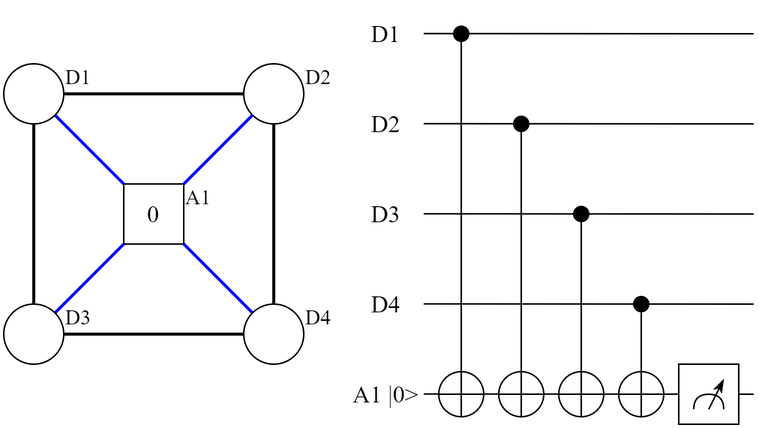
Before: pictures/surface_code/surface_code_x_stabilizer_example.drawio.png, a diagram exported from draw.io (Mitch36/QuantumSim-QEC). Source tidied: cells renumbered, new cells last; positions are measured from the earlier drawing's top-left corner, leaving out a move shared by most shapes.
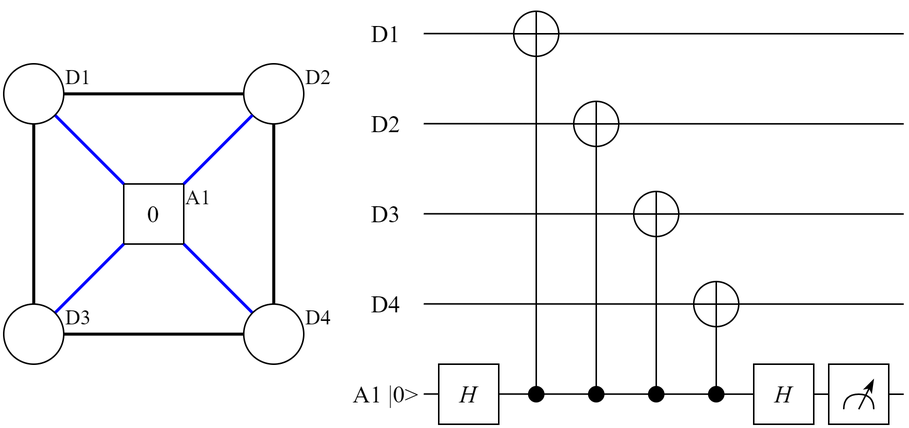
Above is the later version.

Diff of the diagram source:
```diff
@@ -5,7 +5,7 @@
     <mxCell id="2" style="endArrow=none;html=1;rounded=0;strokeColor=#000000;strokeWidth=1;fontFamily=Times New Roman;fontSize=16;" parent="1" edge="1">
       <mxGeometry relative="1" as="geometry">
         <mxPoint x="280" y="19.9" as="sourcePoint" />
-        <mxPoint x="500" y="20" as="targetPoint" />
+        <mxPoint x="600" y="20" as="targetPoint" />
       </mxGeometry>
     </mxCell>
     <mxCell id="3" value="D1" style="text;html=1;strokeColor=none;fillColor=none;align=center;verticalAlign=middle;whiteSpace=wrap;rounded=0;fontFamily=Times New Roman;fontSize=16;" parent="1" vertex="1">
@@ -14,7 +14,7 @@
     <mxCell id="4" style="endArrow=none;html=1;rounded=0;strokeColor=#000000;strokeWidth=1;fontFamily=Times New Roman;fontSize=16;" parent="1" edge="1">
       <mxGeometry relative="1" as="geometry">
         <mxPoint x="280" y="79.9" as="sourcePoint" />
-        <mxPoint x="500" y="80" as="targetPoint" />
+        <mxPoint x="600" y="80" as="targetPoint" />
       </mxGeometry>
     </mxCell>
     <mxCell id="5" value="D2" style="text;html=1;strokeColor=none;fillColor=none;align=center;verticalAlign=middle;whiteSpace=wrap;rounded=0;fontFamily=Times New Roman;fontSize=16;" parent="1" vertex="1">
@@ -23,7 +23,7 @@
     <mxCell id="6" style="endArrow=none;html=1;rounded=0;strokeColor=#000000;strokeWidth=1;fontFamily=Times New Roman;fontSize=16;" parent="1" edge="1">
       <mxGeometry relative="1" as="geometry">
         <mxPoint x="280" y="139.9" as="sourcePoint" />
-        <mxPoint x="500" y="140" as="targetPoint" />
+        <mxPoint x="600" y="140" as="targetPoint" />
       </mxGeometry>
     </mxCell>
     <mxCell id="7" value="D3" style="text;html=1;strokeColor=none;fillColor=none;align=center;verticalAlign=middle;whiteSpace=wrap;rounded=0;fontFamily=Times New Roman;fontSize=16;" parent="1" vertex="1">
@@ -80,7 +80,7 @@
     <mxCell id="24" style="endArrow=none;html=1;rounded=0;strokeColor=#000000;strokeWidth=1;fontFamily=Times New Roman;fontSize=16;" parent="1" edge="1">
       <mxGeometry relative="1" as="geometry">
         <mxPoint x="280" y="199.9" as="sourcePoint" />
-        <mxPoint x="500" y="200" as="targetPoint" />
+        <mxPoint x="600" y="200" as="targetPoint" />
       </mxGeometry>
     </mxCell>
     <mxCell id="25" value="D4" style="text;html=1;strokeColor=none;fillColor=none;align=center;verticalAlign=middle;whiteSpace=wrap;rounded=0;fontFamily=Times New Roman;fontSize=16;" parent="1" vertex="1">
@@ -89,7 +89,7 @@
     <mxCell id="26" style="endArrow=none;html=1;rounded=0;strokeColor=#000000;strokeWidth=1;fontFamily=Times New Roman;fontSize=16;" parent="1" edge="1">
       <mxGeometry relative="1" as="geometry">
         <mxPoint x="280" y="259.9" as="sourcePoint" />
-        <mxPoint x="500" y="260" as="targetPoint" />
+        <mxPoint x="600" y="260" as="targetPoint" />
       </mxGeometry>
     </mxCell>
     <mxCell id="27" value="A1 |0&amp;gt;" style="text;html=1;strokeColor=none;fillColor=none;align=center;verticalAlign=middle;whiteSpace=wrap;rounded=0;fontFamily=Times New Roman;fontSize=16;" parent="1" vertex="1">
@@ -105,10 +105,10 @@
       <mxGeometry relative="1" as="geometry" />
     </mxCell>
     <mxCell id="31" style="ellipse;whiteSpace=wrap;html=1;fontFamily=Times New Roman;fontSize=16;fillColor=#000000;" parent="1" vertex="1">
-      <mxGeometry x="300" y="15" width="10" height="10" as="geometry" />
+      <mxGeometry x="350" y="255" width="10" height="10" as="geometry" />
     </mxCell>
     <mxCell id="32" style="ellipse;whiteSpace=wrap;html=1;fontFamily=Times New Roman;fontSize=14;" parent="1" vertex="1">
-      <mxGeometry x="290" y="245" width="30" height="30" as="geometry" />
+      <mxGeometry x="340" y="5" width="30" height="30" as="geometry" />
     </mxCell>
     <mxCell id="33" style="endArrow=none;html=1;rounded=0;strokeColor=#000000;strokeWidth=1;fontFamily=Times New Roman;fontSize=14;entryX=0.5;entryY=0;entryDx=0;entryDy=0;exitX=0.5;exitY=1;exitDx=0;exitDy=0;" parent="1" edge="1" source="32" target="32">
       <mxGeometry relative="1" as="geometry" />
@@ -116,69 +116,75 @@
     <mxCell id="34" style="endArrow=none;html=1;rounded=0;strokeColor=#000000;strokeWidth=1;fontFamily=Times New Roman;fontSize=14;entryX=0;entryY=0.5;entryDx=0;entryDy=0;exitX=1;exitY=0.5;exitDx=0;exitDy=0;" parent="1" edge="1" source="32" target="32">
       <mxGeometry relative="1" as="geometry" />
     </mxCell>
-    <mxCell id="35" style="edgeStyle=orthogonalEdgeStyle;rounded=0;jettySize=auto;html=1;strokeColor=#000000;strokeWidth=1;fontFamily=Times New Roman;fontSize=14;endArrow=none;endFill=0;" parent="1" edge="1" source="36" target="37">
-      <mxGeometry relative="1" as="geometry" />
+    <mxCell id="35" value="H" style="rounded=0;whiteSpace=wrap;html=1;fontFamily=Times New Roman;fontSize=16;fontStyle=2;" parent="1" vertex="1">
+      <mxGeometry x="290" y="240" width="40" height="40" as="geometry" />
     </mxCell>
-    <mxCell id="36" style="ellipse;whiteSpace=wrap;html=1;fontFamily=Times New Roman;fontSize=16;fillColor=#000000;" parent="1" vertex="1">
-      <mxGeometry x="340" y="75" width="10" height="10" as="geometry" />
+    <mxCell id="36" style="edgeStyle=orthogonalEdgeStyle;rounded=0;jettySize=auto;html=1;strokeColor=#000000;strokeWidth=1;fontFamily=Times New Roman;fontSize=14;endArrow=none;endFill=0;" parent="1" edge="1" source="37" target="38">
+      <mxGeometry relative="1" as="geometry" />
     </mxCell>
-    <mxCell id="37" style="ellipse;whiteSpace=wrap;html=1;fontFamily=Times New Roman;fontSize=14;" parent="1" vertex="1">
-      <mxGeometry x="330" y="245" width="30" height="30" as="geometry" />
+    <mxCell id="37" style="ellipse;whiteSpace=wrap;html=1;fontFamily=Times New Roman;fontSize=16;fillColor=#000000;" parent="1" vertex="1">
+      <mxGeometry x="390" y="255" width="10" height="10" as="geometry" />
     </mxCell>
-    <mxCell id="38" style="endArrow=none;html=1;rounded=0;strokeColor=#000000;strokeWidth=1;fontFamily=Times New Roman;fontSize=14;entryX=0.5;entryY=0;entryDx=0;entryDy=0;exitX=0.5;exitY=1;exitDx=0;exitDy=0;" parent="1" edge="1" source="37" target="37">
-      <mxGeometry relative="1" as="geometry" />
+    <mxCell id="38" style="ellipse;whiteSpace=wrap;html=1;fontFamily=Times New Roman;fontSize=14;" parent="1" vertex="1">
+      <mxGeometry x="380" y="65" width="30" height="30" as="geometry" />
     </mxCell>
-    <mxCell id="39" style="endArrow=none;html=1;rounded=0;strokeColor=#000000;strokeWidth=1;fontFamily=Times New Roman;fontSize=14;entryX=0;entryY=0.5;entryDx=0;entryDy=0;exitX=1;exitY=0.5;exitDx=0;exitDy=0;" parent="1" edge="1" source="37" target="37">
+    <mxCell id="39" style="endArrow=none;html=1;rounded=0;strokeColor=#000000;strokeWidth=1;fontFamily=Times New Roman;fontSize=14;entryX=0.5;entryY=0;entryDx=0;entryDy=0;exitX=0.5;exitY=1;exitDx=0;exitDy=0;" parent="1" edge="1" source="38" target="38">
       <mxGeometry relative="1" as="geometry" />
     </mxCell>
-    <mxCell id="40" style="edgeStyle=orthogonalEdgeStyle;rounded=0;jettySize=auto;html=1;strokeColor=#000000;strokeWidth=1;fontFamily=Times New Roman;fontSize=14;endArrow=none;endFill=0;" parent="1" edge="1" source="41" target="42">
+    <mxCell id="40" style="endArrow=none;html=1;rounded=0;strokeColor=#000000;strokeWidth=1;fontFamily=Times New Roman;fontSize=14;entryX=0;entryY=0.5;entryDx=0;entryDy=0;exitX=1;exitY=0.5;exitDx=0;exitDy=0;" parent="1" edge="1" source="38" target="38">
       <mxGeometry relative="1" as="geometry" />
     </mxCell>
-    <mxCell id="41" style="ellipse;whiteSpace=wrap;html=1;fontFamily=Times New Roman;fontSize=16;fillColor=#000000;" parent="1" vertex="1">
-      <mxGeometry x="380" y="135" width="10" height="10" as="geometry" />
+    <mxCell id="41" style="edgeStyle=orthogonalEdgeStyle;rounded=0;jettySize=auto;html=1;strokeColor=#000000;strokeWidth=1;fontFamily=Times New Roman;fontSize=14;endArrow=none;endFill=0;" parent="1" edge="1" source="42" target="43">
+      <mxGeometry relative="1" as="geometry" />
     </mxCell>
-    <mxCell id="42" style="ellipse;whiteSpace=wrap;html=1;fontFamily=Times New Roman;fontSize=14;" parent="1" vertex="1">
-      <mxGeometry x="370" y="245" width="30" height="30" as="geometry" />
+    <mxCell id="42" style="ellipse;whiteSpace=wrap;html=1;fontFamily=Times New Roman;fontSize=16;fillColor=#000000;" parent="1" vertex="1">
+      <mxGeometry x="430" y="255" width="10" height="10" as="geometry" />
     </mxCell>
-    <mxCell id="43" style="endArrow=none;html=1;rounded=0;strokeColor=#000000;strokeWidth=1;fontFamily=Times New Roman;fontSize=14;entryX=0.5;entryY=0;entryDx=0;entryDy=0;exitX=0.5;exitY=1;exitDx=0;exitDy=0;" parent="1" edge="1" source="42" target="42">
-      <mxGeometry relative="1" as="geometry" />
+    <mxCell id="43" style="ellipse;whiteSpace=wrap;html=1;fontFamily=Times New Roman;fontSize=14;" parent="1" vertex="1">
+      <mxGeometry x="420" y="125" width="30" height="30" as="geometry" />
     </mxCell>
-    <mxCell id="44" style="endArrow=none;html=1;rounded=0;strokeColor=#000000;strokeWidth=1;fontFamily=Times New Roman;fontSize=14;entryX=0;entryY=0.5;entryDx=0;entryDy=0;exitX=1;exitY=0.5;exitDx=0;exitDy=0;" parent="1" edge="1" source="42" target="42">
+    <mxCell id="44" style="endArrow=none;html=1;rounded=0;strokeColor=#000000;strokeWidth=1;fontFamily=Times New Roman;fontSize=14;entryX=0.5;entryY=0;entryDx=0;entryDy=0;exitX=0.5;exitY=1;exitDx=0;exitDy=0;" parent="1" edge="1" source="43" target="43">
       <mxGeometry relative="1" as="geometry" />
     </mxCell>
-    <mxCell id="45" style="edgeStyle=orthogonalEdgeStyle;rounded=0;jettySize=auto;html=1;strokeColor=#000000;strokeWidth=1;fontFamily=Times New Roman;fontSize=14;endArrow=none;endFill=0;" parent="1" edge="1" source="46" target="47">
+    <mxCell id="45" style="endArrow=none;html=1;rounded=0;strokeColor=#000000;strokeWidth=1;fontFamily=Times New Roman;fontSize=14;entryX=0;entryY=0.5;entryDx=0;entryDy=0;exitX=1;exitY=0.5;exitDx=0;exitDy=0;" parent="1" edge="1" source="43" target="43">
       <mxGeometry relative="1" as="geometry" />
     </mxCell>
-    <mxCell id="46" style="ellipse;whiteSpace=wrap;html=1;fontFamily=Times New Roman;fontSize=16;fillColor=#000000;" parent="1" vertex="1">
-      <mxGeometry x="420" y="195" width="10" height="10" as="geometry" />
+    <mxCell id="46" style="edgeStyle=orthogonalEdgeStyle;rounded=0;jettySize=auto;html=1;strokeColor=#000000;strokeWidth=1;fontFamily=Times New Roman;fontSize=14;endArrow=none;endFill=0;" parent="1" edge="1" source="47" target="48">
+      <mxGeometry relative="1" as="geometry" />
     </mxCell>
-    <mxCell id="47" style="ellipse;whiteSpace=wrap;html=1;fontFamily=Times New Roman;fontSize=14;" parent="1" vertex="1">
-      <mxGeometry x="410" y="245" width="30" height="30" as="geometry" />
+    <mxCell id="47" style="ellipse;whiteSpace=wrap;html=1;fontFamily=Times New Roman;fontSize=16;fillColor=#000000;" parent="1" vertex="1">
+      <mxGeometry x="470" y="255" width="10" height="10" as="geometry" />
     </mxCell>
-    <mxCell id="48" style="endArrow=none;html=1;rounded=0;strokeColor=#000000;strokeWidth=1;fontFamily=Times New Roman;fontSize=14;entryX=0.5;entryY=0;entryDx=0;entryDy=0;exitX=0.5;exitY=1;exitDx=0;exitDy=0;" parent="1" edge="1" source="47" target="47">
-      <mxGeometry relative="1" as="geometry" />
+    <mxCell id="48" style="ellipse;whiteSpace=wrap;html=1;fontFamily=Times New Roman;fontSize=14;" parent="1" vertex="1">
+      <mxGeometry x="460" y="185" width="30" height="30" as="geometry" />
     </mxCell>
-    <mxCell id="49" style="endArrow=none;html=1;rounded=0;strokeColor=#000000;strokeWidth=1;fontFamily=Times New Roman;fontSize=14;entryX=0;entryY=0.5;entryDx=0;entryDy=0;exitX=1;exitY=0.5;exitDx=0;exitDy=0;" parent="1" edge="1" source="47" target="47">
+    <mxCell id="49" style="endArrow=none;html=1;rounded=0;strokeColor=#000000;strokeWidth=1;fontFamily=Times New Roman;fontSize=14;entryX=0.5;entryY=0;entryDx=0;entryDy=0;exitX=0.5;exitY=1;exitDx=0;exitDy=0;" parent="1" edge="1" source="48" target="48">
       <mxGeometry relative="1" as="geometry" />
     </mxCell>
-    <mxCell id="50" style="rounded=0;whiteSpace=wrap;html=1;fontFamily=Times New Roman;fontSize=16;" parent="1" vertex="1">
-      <mxGeometry x="450" y="240" width="40" height="40" as="geometry" />
+    <mxCell id="50" style="endArrow=none;html=1;rounded=0;strokeColor=#000000;strokeWidth=1;fontFamily=Times New Roman;fontSize=14;entryX=0;entryY=0.5;entryDx=0;entryDy=0;exitX=1;exitY=0.5;exitDx=0;exitDy=0;" parent="1" edge="1" source="48" target="48">
+      <mxGeometry relative="1" as="geometry" />
     </mxCell>
-    <mxCell id="51" style="endArrow=none;html=1;strokeColor=#000000;strokeWidth=1;fontFamily=Times New Roman;fontSize=16;jumpStyle=none;curved=1;" parent="1" edge="1">
-      <mxGeometry relative="1" as="geometry">
-        <mxPoint x="460" y="270" as="sourcePoint" />
-        <mxPoint x="480" y="270" as="targetPoint" />
-        <Array as="points">
-          <mxPoint x="460" y="260" />
-          <mxPoint x="480" y="260" />
-        </Array>
-      </mxGeometry>
+    <mxCell id="51" value="&lt;i&gt;H&lt;/i&gt;" style="rounded=0;whiteSpace=wrap;html=1;fontFamily=Times New Roman;fontSize=16;" parent="1" vertex="1">
+      <mxGeometry x="500" y="240" width="40" height="40" as="geometry" />
     </mxCell>
-    <mxCell id="52" style="endArrow=classicThin;html=1;strokeColor=#000000;strokeWidth=1;fontFamily=Times New Roman;fontSize=16;jumpStyle=none;endFill=1;rounded=0;" parent="1" edge="1">
-      <mxGeometry relative="1" as="geometry">
-        <mxPoint x="470" y="270" as="sourcePoint" />
-        <mxPoint x="480" y="250" as="targetPoint" />
-      </mxGeometry>
+    <mxCell id="52" style="rounded=0;whiteSpace=wrap;html=1;fontFamily=Times New Roman;fontSize=16;" parent="1" vertex="1">
+      <mxGeometry x="550" y="240" width="40" height="40" as="geometry" />
     </mxCell>
+    <mxCell id="53" style="endArrow=none;html=1;strokeColor=#000000;strokeWidth=1;fontFamily=Times New Roman;fontSize=16;jumpStyle=none;curved=1;" parent="1" edge="1">
+      <mxGeometry relative="1" as="geometry">
+        <mxPoint x="560" y="270" as="sourcePoint" />
+        <mxPoint x="580" y="270" as="targetPoint" />
+        <Array as="points">
+          <mxPoint x="560" y="260" />
+          <mxPoint x="580" y="260" />
+        </Array>
+      </mxGeometry>
+    </mxCell>
+    <mxCell id="54" style="endArrow=classicThin;html=1;strokeColor=#000000;strokeWidth=1;fontFamily=Times New Roman;fontSize=16;jumpStyle=none;endFill=1;rounded=0;" parent="1" edge="1">
+      <mxGeometry relative="1" as="geometry">
+        <mxPoint x="570" y="270" as="sourcePoint" />
+        <mxPoint x="580" y="250" as="targetPoint" />
+      </mxGeometry>
+    </mxCell>
   </root>
 </mxGraphModel>
```
